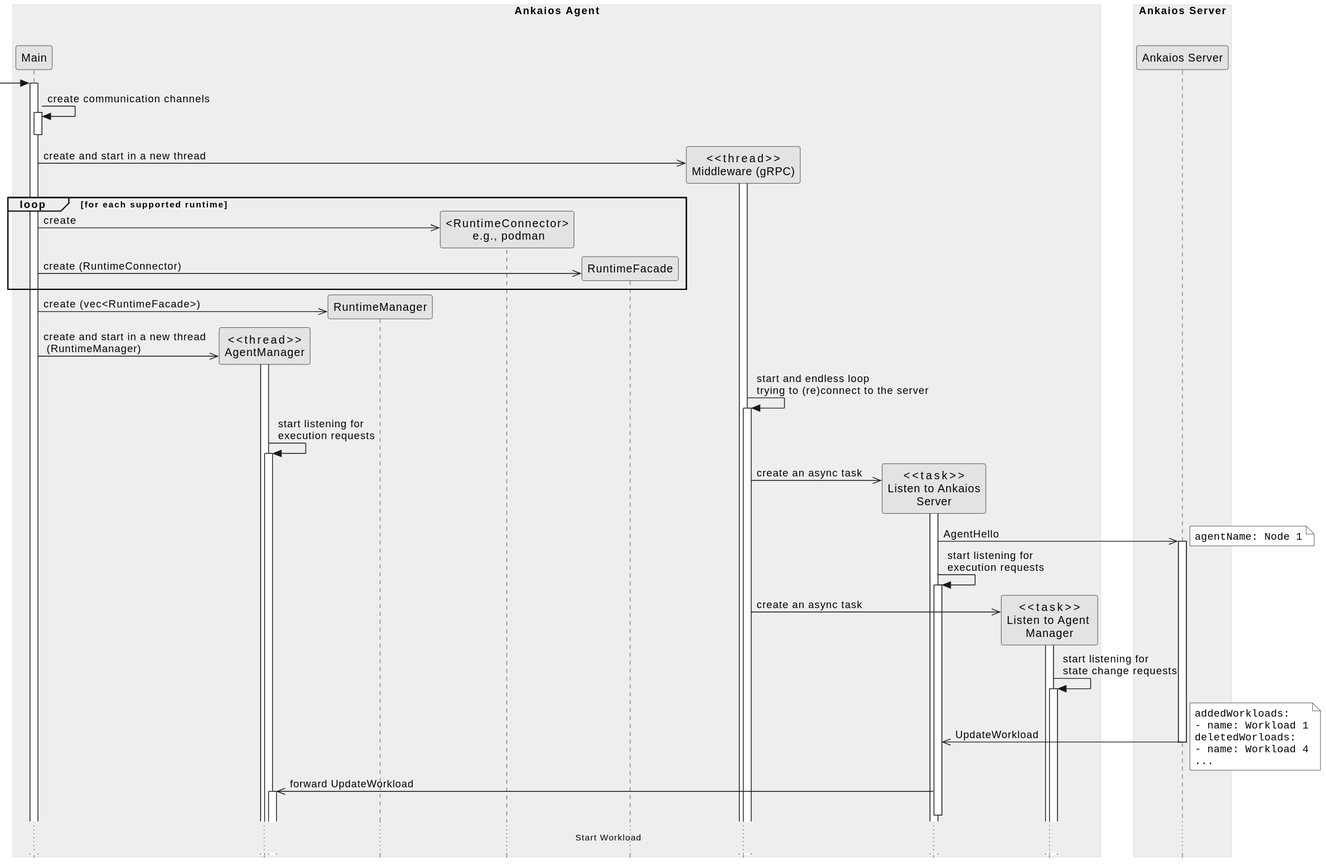
Earlier version of the PlantUML export agent/doc/swdesign/plantuml/seq_startup.svg (eclipse-ankaios/ankaios).
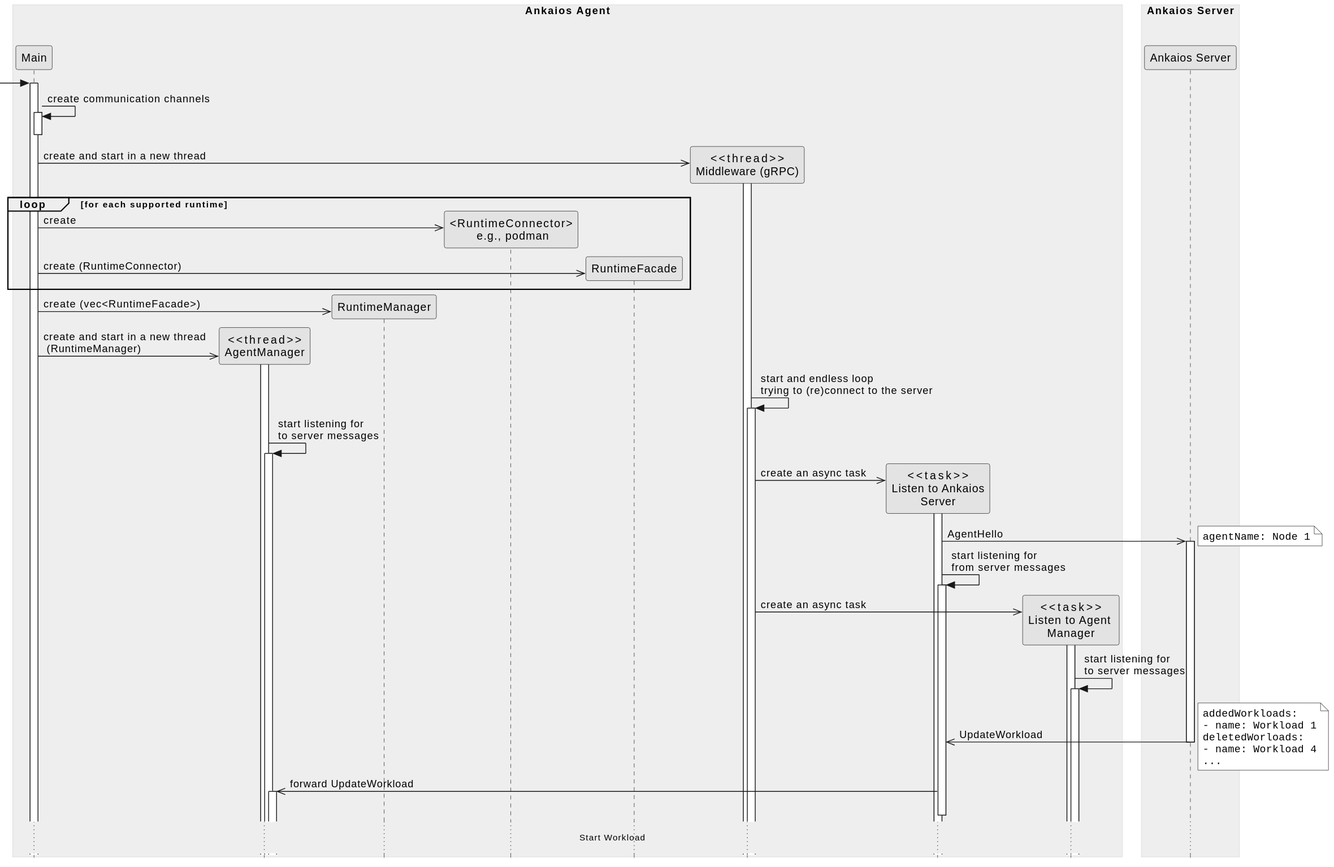
After the commit.

The edit, as a diff of the source:
```diff
@@ -32,7 +32,7 @@
 
 grpc_client -> grpc_client ++: start and endless loop \ntrying to (re)connect to the server
 
-manager -> manager ++: start listening for \nexecution requests
+manager -> manager ++: start listening for \nto server messages
 
 grpc_client ->> listen_to_server **: create an async task
 
@@ -41,11 +41,11 @@
 note right
         ""agentName: Node 1""
 end note
-listen_to_server -> listen_to_server ++: start listening for \nexecution requests
+listen_to_server -> listen_to_server ++: start listening for \nfrom server messages
 
 grpc_client ->> listen_to_manager **: create an async task
 activate listen_to_manager
-listen_to_manager -> listen_to_manager ++: start listening for \nstate change requests
+listen_to_manager -> listen_to_manager ++: start listening for \nto server messages
 
 listen_to_server <<- server --: UpdateWorkload
 note right
```
